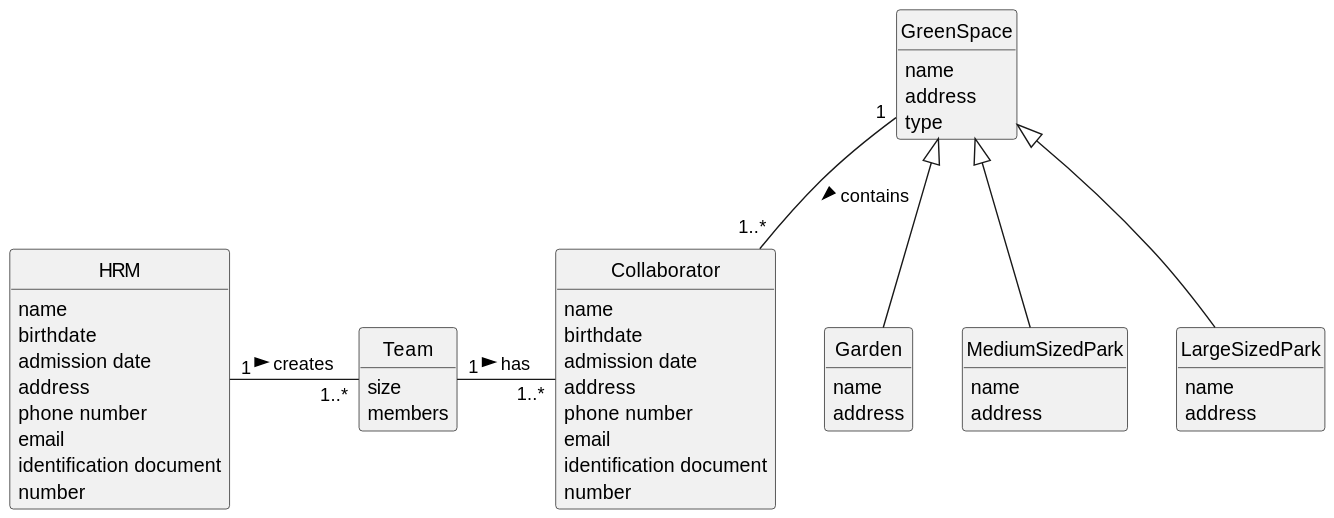
This is docs/sprintA/us005/02.analysis/svg/us005-domain-model.svg from diogoveirospro/lei-24-s2-1dg-g072, a PlantUML export, as it was before one commit.
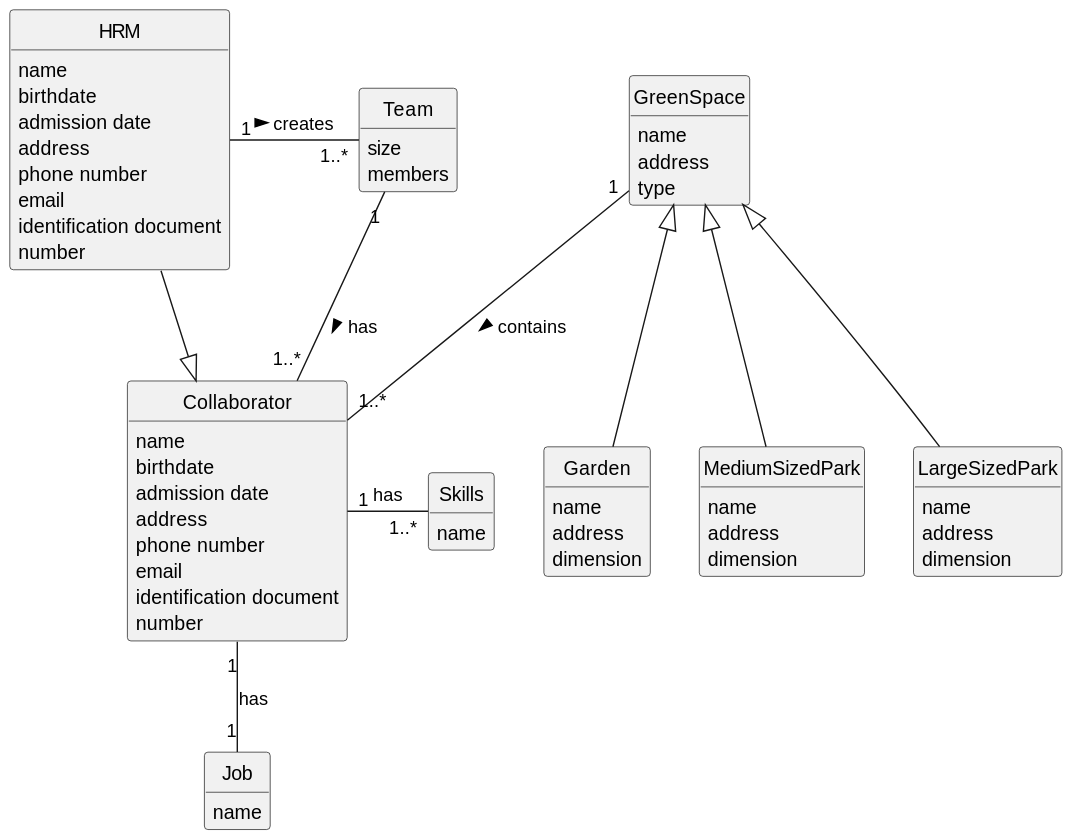
Later version of the same file.

What changed in the source:
```diff
@@ -39,6 +39,14 @@
     number
 }
 
+class Skills {
+    name
+}
+
+class Job {
+    name
+}
+
 class GreenSpace {
     name
     address
@@ -48,21 +56,27 @@
 class Garden {
     name
     address
+    dimension
 }
 
 class MediumSizedPark {
     name
     address
+    dimension
 }
 
 class LargeSizedPark {
     name
     address
+    dimension
 }
 
 
 HRM "1" - "1..*" Team : creates >
-Team "1" - "1..*" Collaborator: has >
+Collaborator <|-- HRM
+Collaborator "1" - "1..*" Skills: has
+Collaborator "1" -- "1" Job: has
+Team "1" -- "1..*" Collaborator: has >
 GreenSpace "1" -- "1..*" Collaborator: contains >
 GreenSpace <|-- Garden
 GreenSpace <|-- MediumSizedPark
```
